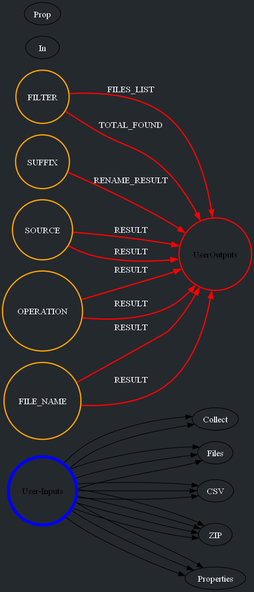
Asaf-prog/stepper keeps this Graphviz diagram as stepper_GUI/Content/flow.png. Above is the earlier version. Its source is kept beside it as stepper_GUI/Content/flow.dot.
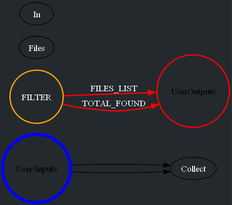
After the change.

The edit, as a diff of the source:
```diff
@@ -7,36 +7,9 @@
   node [fontcolor=white];
   edge [fontcolor=white];
   Collect Files In Folder [label="Collect Files In Folder\n(1)", shape=circle, color=green, penwidth=2 ];
-  Files Renamer [label="Files Renamer\n(2)", shape=circle, color=green, penwidth=2 ];
-  CSV Exporter [label="CSV Exporter\n(3)", shape=circle, color=green, penwidth=2 ];
-  CSV File Dumper [label="CSV File Dumper\n(4)", shape=circle, color=green, penwidth=2 ];
-  ZIP CSV File [label="ZIP CSV File\n(5)", shape=circle, color=green, penwidth=2 ];
-  Properties Exporter [label="Properties Exporter\n(6)", shape=circle, color=green, penwidth=2 ];
-  Properties File Dumper [label="Properties File Dumper\n(7)", shape=circle, color=green, penwidth=2 ];
-  ZIP Prop File [label="ZIP Prop File\n(8)", shape=circle, color=green, penwidth=2 ];
   user_inputs -> Collect Files In Folder [label="FOLDER_NAME", color=orange, penwidth=2 ];
   user_inputs -> Collect Files In Folder [label="FILTER", color=orange, penwidth=2 ];
   Collect Files In Folder -> user_outputs [label="FILES_LIST", color=red, penwidth=2 ];
   Collect Files In Folder -> user_outputs [label="TOTAL_FOUND", color=red, penwidth=2 ];
-  user_inputs -> Files Renamer [label="FILES_TO_RENAME", color=orange, penwidth=2 ];
-  user_inputs -> Files Renamer [label="PREFIX", color=orange, penwidth=2 ];
-  user_inputs -> Files Renamer [label="SUFFIX", color=orange, penwidth=2 ];
-  Files Renamer -> user_outputs [label="RENAME_RESULT", color=red, penwidth=2 ];
-  user_inputs -> CSV Exporter [label="SOURCE", color=orange, penwidth=2 ];
-  CSV Exporter -> user_outputs [label="RESULT", color=red, penwidth=2 ];
-  user_inputs -> CSV File Dumper [label="CONTENT", color=orange, penwidth=2 ];
-  user_inputs -> CSV File Dumper [label="FILE_NAME", color=orange, penwidth=2 ];
-  CSV File Dumper -> user_outputs [label="RESULT", color=red, penwidth=2 ];
-  user_inputs -> ZIP CSV File [label="SOURCE", color=orange, penwidth=2 ];
-  user_inputs -> ZIP CSV File [label="OPERATION", color=orange, penwidth=2 ];
-  ZIP CSV File -> user_outputs [label="RESULT", color=red, penwidth=2 ];
-  user_inputs -> Properties Exporter [label="SOURCE", color=orange, penwidth=2 ];
-  Properties Exporter -> user_outputs [label="RESULT", color=red, penwidth=2 ];
-  user_inputs -> Properties File Dumper [label="CONTENT", color=orange, penwidth=2 ];
-  user_inputs -> Properties File Dumper [label="FILE_NAME", color=orange, penwidth=2 ];
-  Properties File Dumper -> user_outputs [label="RESULT", color=red, penwidth=2 ];
-  user_inputs -> ZIP Prop File [label="SOURCE", color=orange, penwidth=2 ];
-  user_inputs -> ZIP Prop File [label="OPERATION", color=orange, penwidth=2 ];
-  ZIP Prop File -> user_outputs [label="RESULT", color=red, penwidth=2 ];
   user_outputs [label="UserOutputs", shape=circle, color=red , penwidth=2 ];
 }
```
